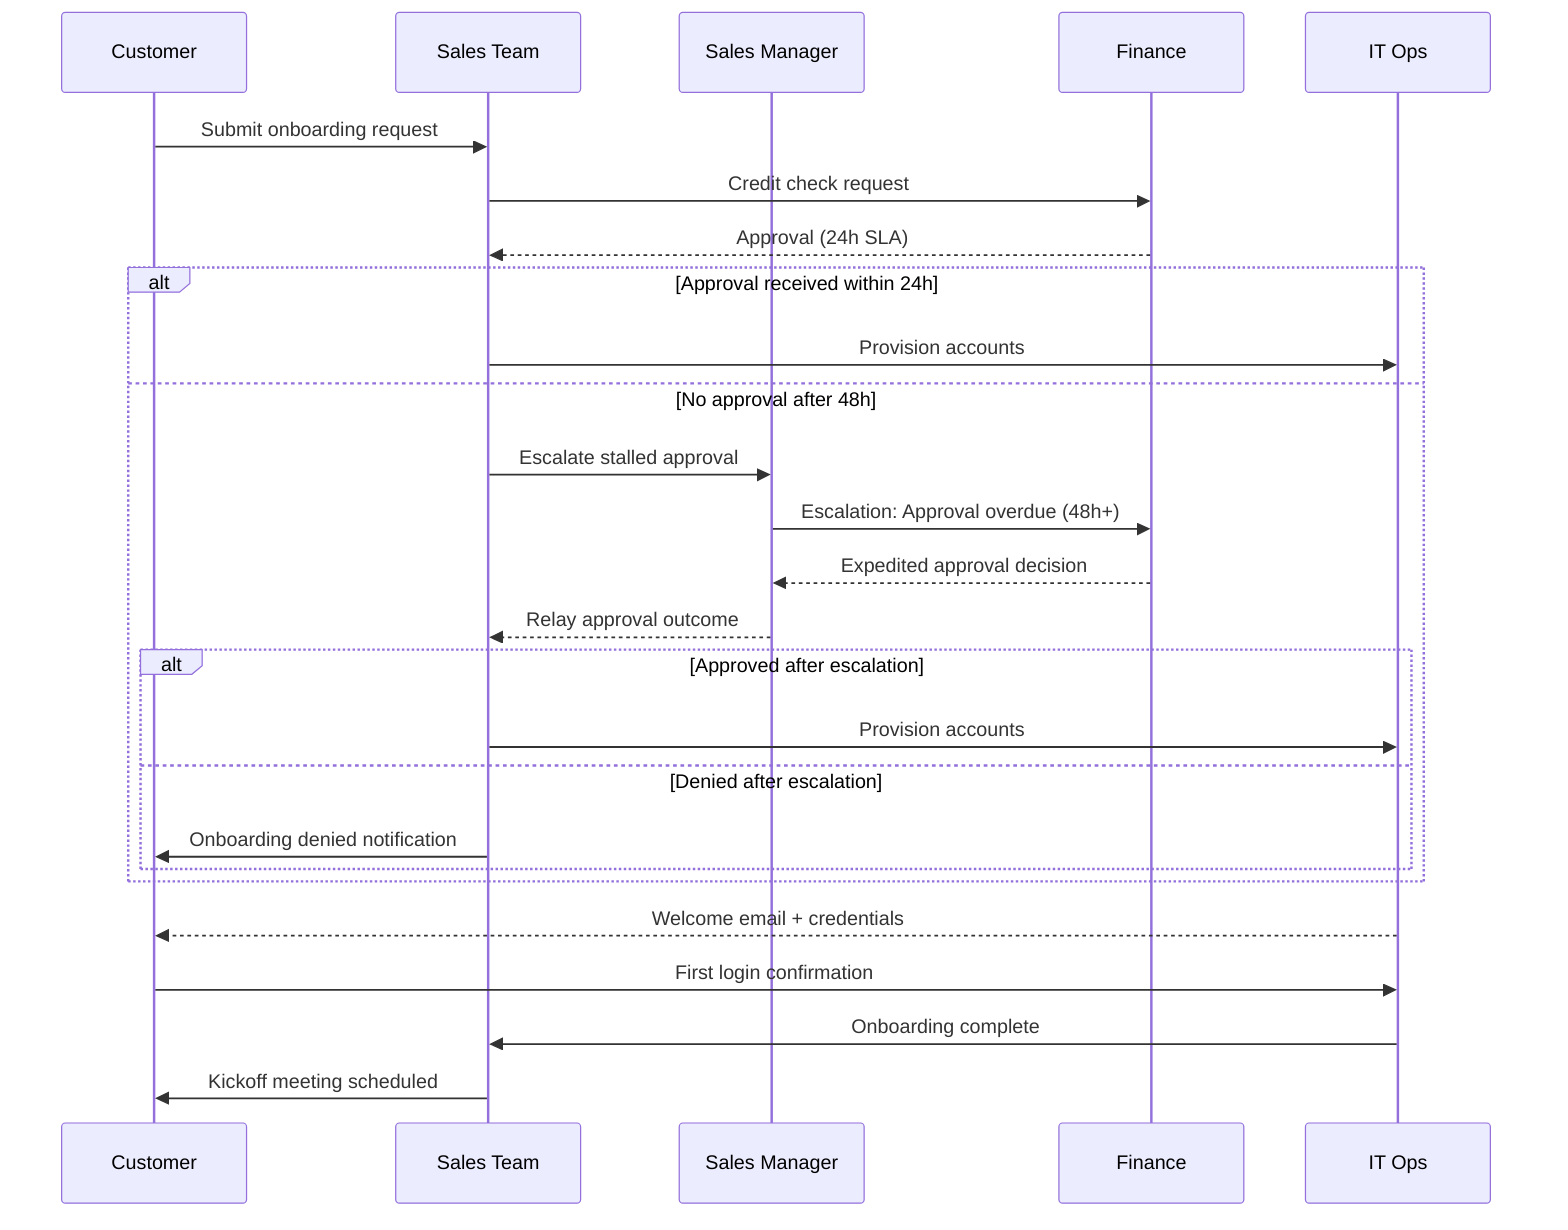
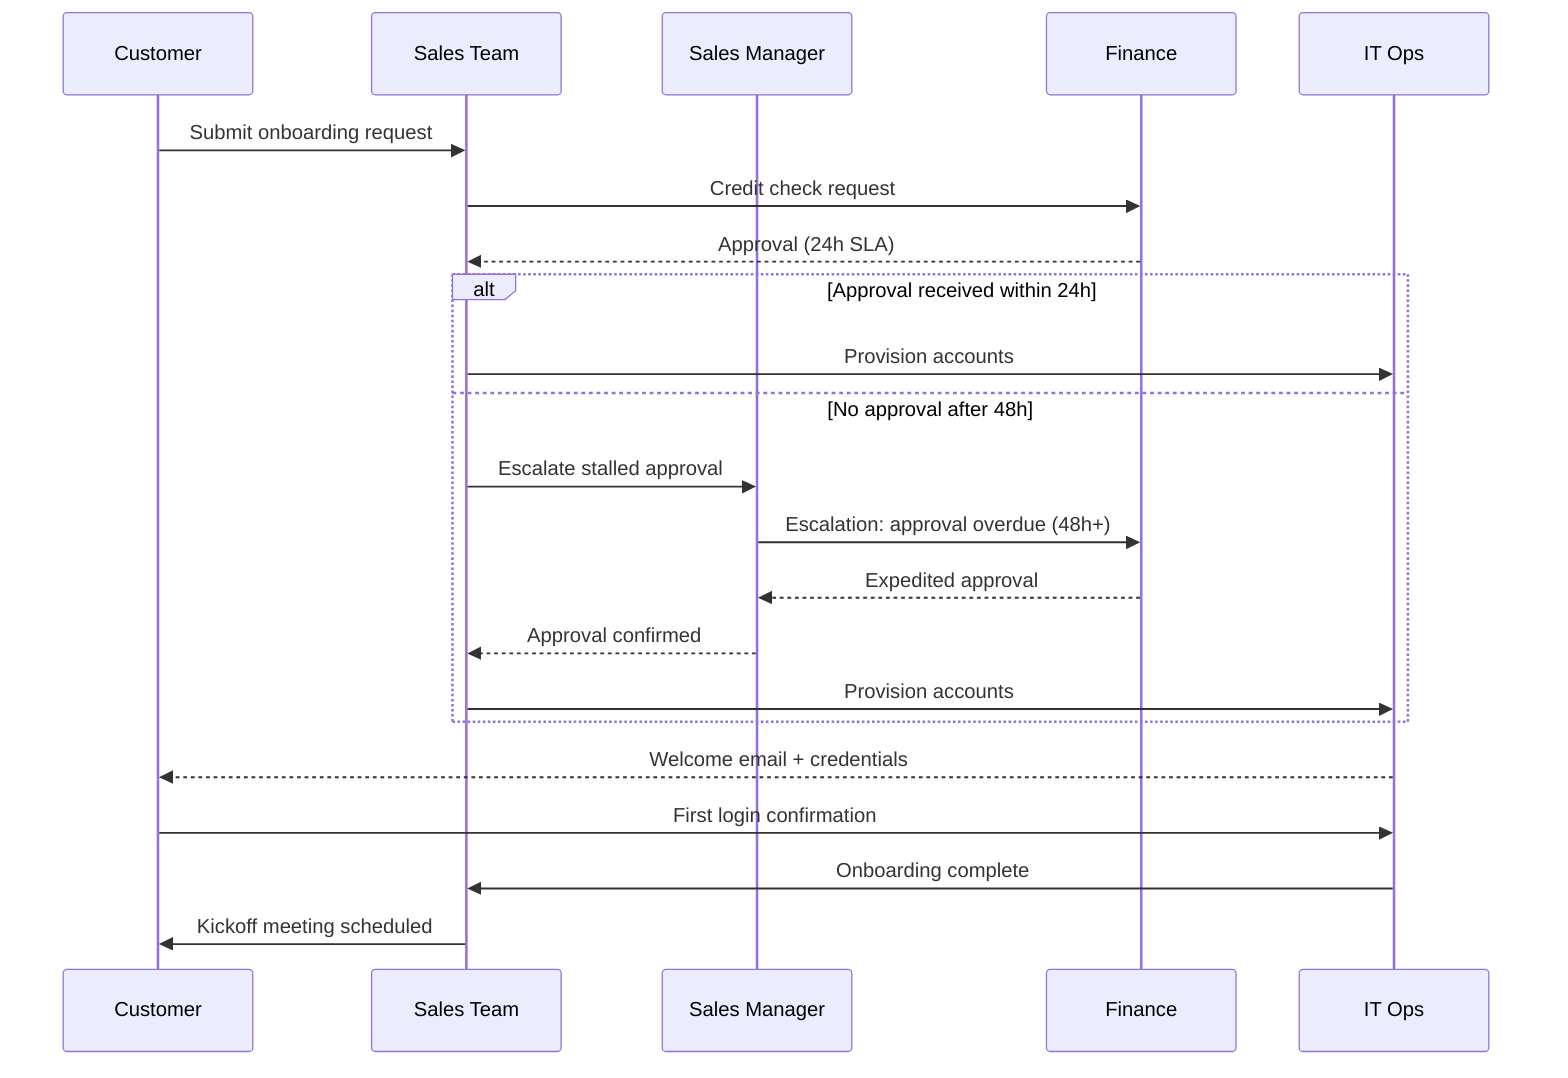
sequenceDiagram
    participant C as Customer
    participant S as Sales Team
    participant M as Sales Manager
    participant F as Finance
    participant IT as IT Ops

    C->>S: Submit onboarding request
    S->>F: Credit check request
    F-->>S: Approval (24h SLA)

    %% ⚡ CHANGED SECTION
    alt Approval received within 24h
        S->>IT: Provision accounts
    else No approval after 48h
        S->>M: Escalate stalled approval
-         M->>F: Escalation: Approval overdue (48h+)
-         F-->>M: Expedited approval decision
-         M-->>S: Relay approval outcome
-         alt Approved after escalation
-             S->>IT: Provision accounts
-         else Denied after escalation
-             S->>C: Onboarding denied notification
-         end
+         M->>F: Escalation: approval overdue (48h+)
+         F-->>M: Expedited approval
+         M-->>S: Approval confirmed
+         S->>IT: Provision accounts
    end
    %% ⚡ END CHANGED SECTION

    IT-->>C: Welcome email + credentials
    C->>IT: First login confirmation
    IT->>S: Onboarding complete
    S->>C: Kickoff meeting scheduled